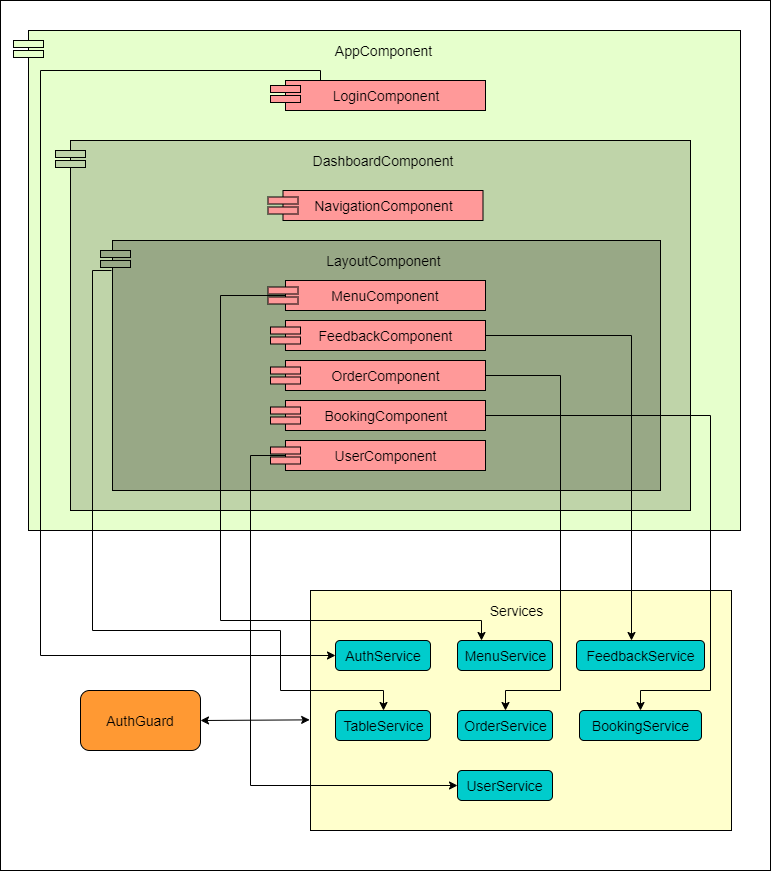
The draw.io diagram diagrams/Frontend Functional Viewpoint.png in ianic1999/tasty-food-here-platform, before a commit. Source tidied: cells renumbered, new cells last; positions are measured from the earlier drawing's top-left corner, leaving out a move shared by most shapes.
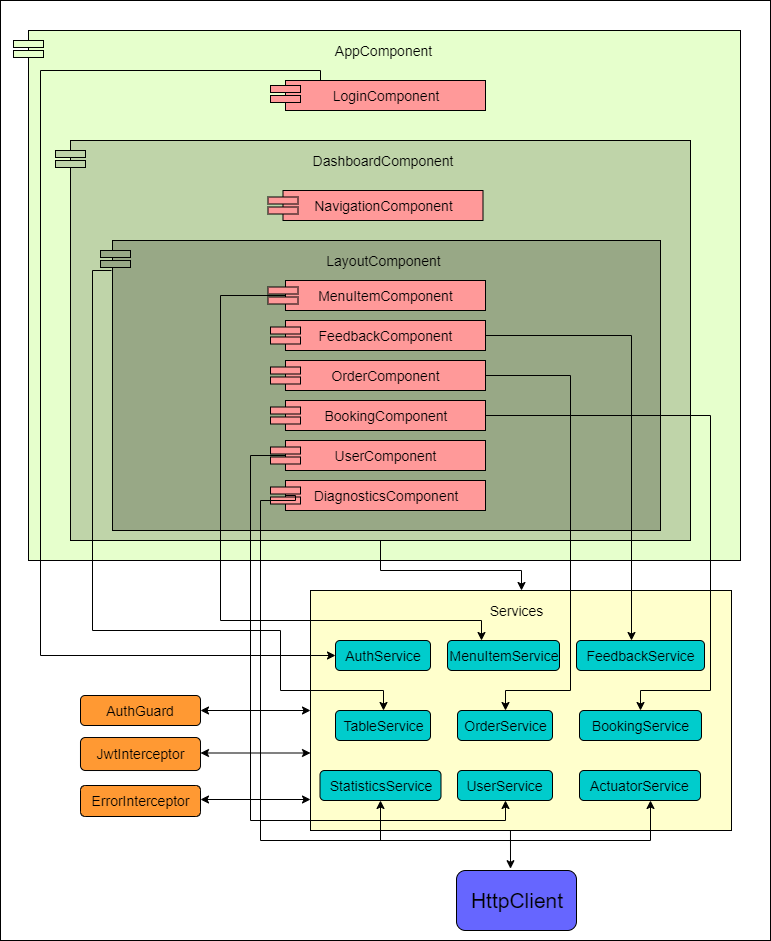
Above is the later version.

Commit message:
update frontend viewpoint

What changed in the source:
```diff
@@ -3,16 +3,24 @@
     <mxCell id="0" />
     <mxCell id="1" parent="0" />
     <mxCell id="2" style="rounded=0;whiteSpace=wrap;html=1;" parent="1" vertex="1">
-      <mxGeometry width="770" height="870" as="geometry" />
+      <mxGeometry width="770" height="940" as="geometry" />
     </mxCell>
     <mxCell id="3" style="rounded=0;whiteSpace=wrap;html=1;fillColor=#E6FFCC;" parent="1" vertex="1">
-      <mxGeometry x="28" y="30" width="712" height="500" as="geometry" />
+      <mxGeometry x="28" y="30" width="712" height="530" as="geometry" />
     </mxCell>
     <mxCell id="4" value="AppComponent" style="text;html=1;strokeColor=none;fillColor=none;align=center;verticalAlign=middle;whiteSpace=wrap;rounded=0;fontSize=14;" parent="1" vertex="1">
       <mxGeometry x="362.5" y="40" width="40" height="20" as="geometry" />
     </mxCell>
+    <mxCell id="54" style="edgeStyle=orthogonalEdgeStyle;rounded=0;jettySize=auto;html=1;" parent="1" edge="1" source="5" target="33">
+      <mxGeometry relative="1" as="geometry">
+        <Array as="points">
+          <mxPoint x="380" y="570" />
+          <mxPoint x="521" y="570" />
+        </Array>
+      </mxGeometry>
+    </mxCell>
     <mxCell id="5" style="rounded=0;whiteSpace=wrap;html=1;fillColor=#BFD4A9;" parent="1" vertex="1">
-      <mxGeometry x="70" y="140" width="620" height="370" as="geometry" />
+      <mxGeometry x="70" y="140" width="620" height="400" as="geometry" />
     </mxCell>
     <mxCell id="6" value="DashboardComponent" style="text;html=1;strokeColor=none;fillColor=none;align=center;verticalAlign=middle;whiteSpace=wrap;rounded=0;fontSize=14;" parent="1" vertex="1">
       <mxGeometry x="362.5" y="150" width="40" height="20" as="geometry" />
@@ -24,12 +32,12 @@
       <mxGeometry x="285" y="80" width="200" height="30" as="geometry" />
     </mxCell>
     <mxCell id="9" style="rounded=0;whiteSpace=wrap;html=1;fillColor=#98A886;fontSize=14;" parent="1" vertex="1">
-      <mxGeometry x="112" y="240" width="548" height="250" as="geometry" />
+      <mxGeometry x="112" y="240" width="548" height="290" as="geometry" />
     </mxCell>
     <mxCell id="10" value="LayoutComponent" style="text;html=1;strokeColor=none;fillColor=none;align=center;verticalAlign=middle;whiteSpace=wrap;rounded=0;fontSize=14;" parent="1" vertex="1">
       <mxGeometry x="362.5" y="250" width="40" height="20" as="geometry" />
     </mxCell>
-    <mxCell id="11" value="MenuComponent" style="rounded=0;whiteSpace=wrap;html=1;fillColor=#FF9999;fontSize=14;" parent="1" vertex="1">
+    <mxCell id="11" value="MenuItemComponent" style="rounded=0;whiteSpace=wrap;html=1;fillColor=#FF9999;fontSize=14;" parent="1" vertex="1">
       <mxGeometry x="285" y="280" width="200" height="30" as="geometry" />
     </mxCell>
     <mxCell id="12" value="FeedbackComponent" style="rounded=0;whiteSpace=wrap;html=1;fillColor=#FF9999;fontSize=14;" parent="1" vertex="1">
@@ -104,17 +112,18 @@
     <mxCell id="35" value="AuthService" style="rounded=1;whiteSpace=wrap;html=1;fillColor=#00CCCC;fontSize=14;" parent="1" vertex="1">
       <mxGeometry x="335" y="640" width="95" height="30" as="geometry" />
     </mxCell>
-    <mxCell id="36" value="MenuService" style="rounded=1;whiteSpace=wrap;html=1;fillColor=#00CCCC;fontSize=14;" parent="1" vertex="1">
-      <mxGeometry x="457" y="640" width="95" height="30" as="geometry" />
+    <mxCell id="36" value="MenuItemService" style="rounded=1;whiteSpace=wrap;html=1;fillColor=#00CCCC;fontSize=14;" parent="1" vertex="1">
+      <mxGeometry x="447" y="640" width="112" height="30" as="geometry" />
     </mxCell>
     <mxCell id="37" value="FeedbackService" style="rounded=1;whiteSpace=wrap;html=1;fillColor=#00CCCC;fontSize=14;" parent="1" vertex="1">
       <mxGeometry x="576" y="640" width="128" height="30" as="geometry" />
     </mxCell>
-    <mxCell id="38" style="edgeStyle=orthogonalEdgeStyle;rounded=0;jettySize=auto;html=1;entryX=0;entryY=0.5;entryDx=0;entryDy=0;fontSize=14;" parent="1" edge="1" source="39" target="45">
+    <mxCell id="38" style="edgeStyle=orthogonalEdgeStyle;rounded=0;jettySize=auto;html=1;entryX=0.5;entryY=1;entryDx=0;entryDy=0;fontSize=14;" parent="1" edge="1" source="39" target="45">
       <mxGeometry relative="1" as="geometry">
         <Array as="points">
           <mxPoint x="250" y="455" />
-          <mxPoint x="250" y="785" />
+          <mxPoint x="250" y="820" />
+          <mxPoint x="505" y="820" />
         </Array>
       </mxGeometry>
     </mxCell>
@@ -140,7 +149,7 @@
       <mxGeometry x="457" y="770" width="95" height="30" as="geometry" />
     </mxCell>
     <mxCell id="46" value="AuthGuard" style="rounded=1;whiteSpace=wrap;html=1;fillColor=#FF9933;fontSize=14;" parent="1" vertex="1">
-      <mxGeometry x="80" y="690" width="120" height="60" as="geometry" />
+      <mxGeometry x="80" y="695" width="120" height="30" as="geometry" />
     </mxCell>
     <mxCell id="47" style="edgeStyle=orthogonalEdgeStyle;rounded=0;jettySize=auto;html=1;fontSize=14;" parent="1" edge="1" source="8" target="35">
       <mxGeometry relative="1" as="geometry">
@@ -151,7 +160,7 @@
         </Array>
       </mxGeometry>
     </mxCell>
-    <mxCell id="48" style="edgeStyle=orthogonalEdgeStyle;rounded=0;jettySize=auto;html=1;entryX=0.25;entryY=0;entryDx=0;entryDy=0;fontSize=14;" parent="1" edge="1" source="11" target="36">
+    <mxCell id="48" style="edgeStyle=orthogonalEdgeStyle;rounded=0;jettySize=auto;html=1;fontSize=14;" parent="1" edge="1" source="11" target="36">
       <mxGeometry relative="1" as="geometry">
         <Array as="points">
           <mxPoint x="220" y="295" />
@@ -182,8 +191,8 @@
     <mxCell id="51" style="edgeStyle=orthogonalEdgeStyle;rounded=0;jettySize=auto;html=1;entryX=0.5;entryY=0;entryDx=0;entryDy=0;fontSize=14;" parent="1" edge="1" source="13" target="43">
       <mxGeometry relative="1" as="geometry">
         <Array as="points">
-          <mxPoint x="560" y="375" />
-          <mxPoint x="560" y="690" />
+          <mxPoint x="570" y="375" />
+          <mxPoint x="570" y="690" />
           <mxPoint x="505" y="690" />
         </Array>
       </mxGeometry>
@@ -197,8 +206,63 @@
         </Array>
       </mxGeometry>
     </mxCell>
-    <mxCell id="53" style="endArrow=classic;startArrow=classic;html=1;fontSize=14;exitX=1;exitY=0.5;exitDx=0;exitDy=0;entryX=-0.002;entryY=0.539;entryDx=0;entryDy=0;entryPerimeter=0;" parent="1" edge="1" source="46" target="33">
+    <mxCell id="53" style="endArrow=classic;startArrow=classic;html=1;fontSize=14;exitX=1;exitY=0.5;exitDx=0;exitDy=0;entryX=0;entryY=0.5;entryDx=0;entryDy=0;" parent="1" edge="1" source="46" target="33">
       <mxGeometry relative="1" as="geometry" />
     </mxCell>
+    <mxCell id="55" value="ActuatorService" style="rounded=1;whiteSpace=wrap;html=1;fillColor=#00CCCC;fontSize=14;" parent="1" vertex="1">
+      <mxGeometry x="579" y="770" width="121" height="30" as="geometry" />
+    </mxCell>
+    <mxCell id="56" value="StatisticsService" style="rounded=1;whiteSpace=wrap;html=1;fillColor=#00CCCC;fontSize=14;" parent="1" vertex="1">
+      <mxGeometry x="319.5" y="770" width="121" height="30" as="geometry" />
+    </mxCell>
+    <mxCell id="57" value="JwtInterceptor" style="rounded=1;whiteSpace=wrap;html=1;fillColor=#FF9933;fontSize=14;" parent="1" vertex="1">
+      <mxGeometry x="80" y="737" width="120" height="33" as="geometry" />
+    </mxCell>
+    <mxCell id="58" value="ErrorInterceptor" style="rounded=1;whiteSpace=wrap;html=1;fillColor=#FF9933;fontSize=14;" parent="1" vertex="1">
+      <mxGeometry x="80" y="785" width="120" height="31" as="geometry" />
+    </mxCell>
+    <mxCell id="59" style="endArrow=classic;startArrow=classic;html=1;fontSize=14;exitX=1;exitY=0.5;exitDx=0;exitDy=0;entryX=0;entryY=0.5;entryDx=0;entryDy=0;" parent="1" edge="1">
+      <mxGeometry relative="1" as="geometry">
+        <mxPoint x="200" y="752.5" as="sourcePoint" />
+        <mxPoint x="310" y="752.5" as="targetPoint" />
+      </mxGeometry>
+    </mxCell>
+    <mxCell id="60" style="endArrow=classic;startArrow=classic;html=1;fontSize=14;exitX=1;exitY=0.5;exitDx=0;exitDy=0;entryX=0;entryY=0.5;entryDx=0;entryDy=0;" parent="1" edge="1">
+      <mxGeometry relative="1" as="geometry">
+        <mxPoint x="200" y="799" as="sourcePoint" />
+        <mxPoint x="310" y="799" as="targetPoint" />
+      </mxGeometry>
+    </mxCell>
+    <mxCell id="61" value="DiagnosticsComponent" style="rounded=0;whiteSpace=wrap;html=1;fillColor=#FF9999;fontSize=14;" parent="1" vertex="1">
+      <mxGeometry x="285" y="480" width="200" height="30" as="geometry" />
+    </mxCell>
+    <mxCell id="62" style="rounded=0;whiteSpace=wrap;html=1;fillColor=#FF9999;fontSize=14;" parent="1" vertex="1">
+      <mxGeometry x="270" y="486.5" width="30" height="7" as="geometry" />
+    </mxCell>
+    <mxCell id="63" style="rounded=0;whiteSpace=wrap;html=1;fillColor=#FF9999;fontSize=14;" parent="1" vertex="1">
+      <mxGeometry x="270" y="496.5" width="30" height="7" as="geometry" />
+    </mxCell>
+    <mxCell id="64" style="edgeStyle=orthogonalEdgeStyle;rounded=0;jettySize=auto;html=1;entryX=0.587;entryY=1.007;entryDx=0;entryDy=0;fontSize=14;exitX=0;exitY=0.5;exitDx=0;exitDy=0;entryPerimeter=0;" parent="1" edge="1" source="61" target="55">
+      <mxGeometry relative="1" as="geometry">
+        <Array as="points">
+          <mxPoint x="295" y="495" />
+          <mxPoint x="295" y="500" />
+          <mxPoint x="260" y="500" />
+          <mxPoint x="260" y="840" />
+          <mxPoint x="650" y="840" />
+        </Array>
+      </mxGeometry>
+    </mxCell>
+    <mxCell id="65" style="endArrow=classic;html=1;" parent="1" edge="1" target="56">
+      <mxGeometry relative="1" as="geometry">
+        <mxPoint x="380" y="840" as="sourcePoint" />
+      </mxGeometry>
+    </mxCell>
+    <mxCell id="66" value="&lt;font style=&quot;font-size: 21px&quot;&gt;HttpClient&lt;/font&gt;" style="rounded=1;whiteSpace=wrap;html=1;fillColor=#6666FF;" parent="1" vertex="1">
+      <mxGeometry x="456" y="870" width="120" height="60" as="geometry" />
+    </mxCell>
+    <mxCell id="67" style="endArrow=classic;html=1;exitX=0.475;exitY=0.999;exitDx=0;exitDy=0;exitPerimeter=0;entryX=0.45;entryY=-0.03;entryDx=0;entryDy=0;entryPerimeter=0;" parent="1" edge="1" source="33" target="66">
+      <mxGeometry relative="1" as="geometry" />
+    </mxCell>
   </root>
 </mxGraphModel>
```
